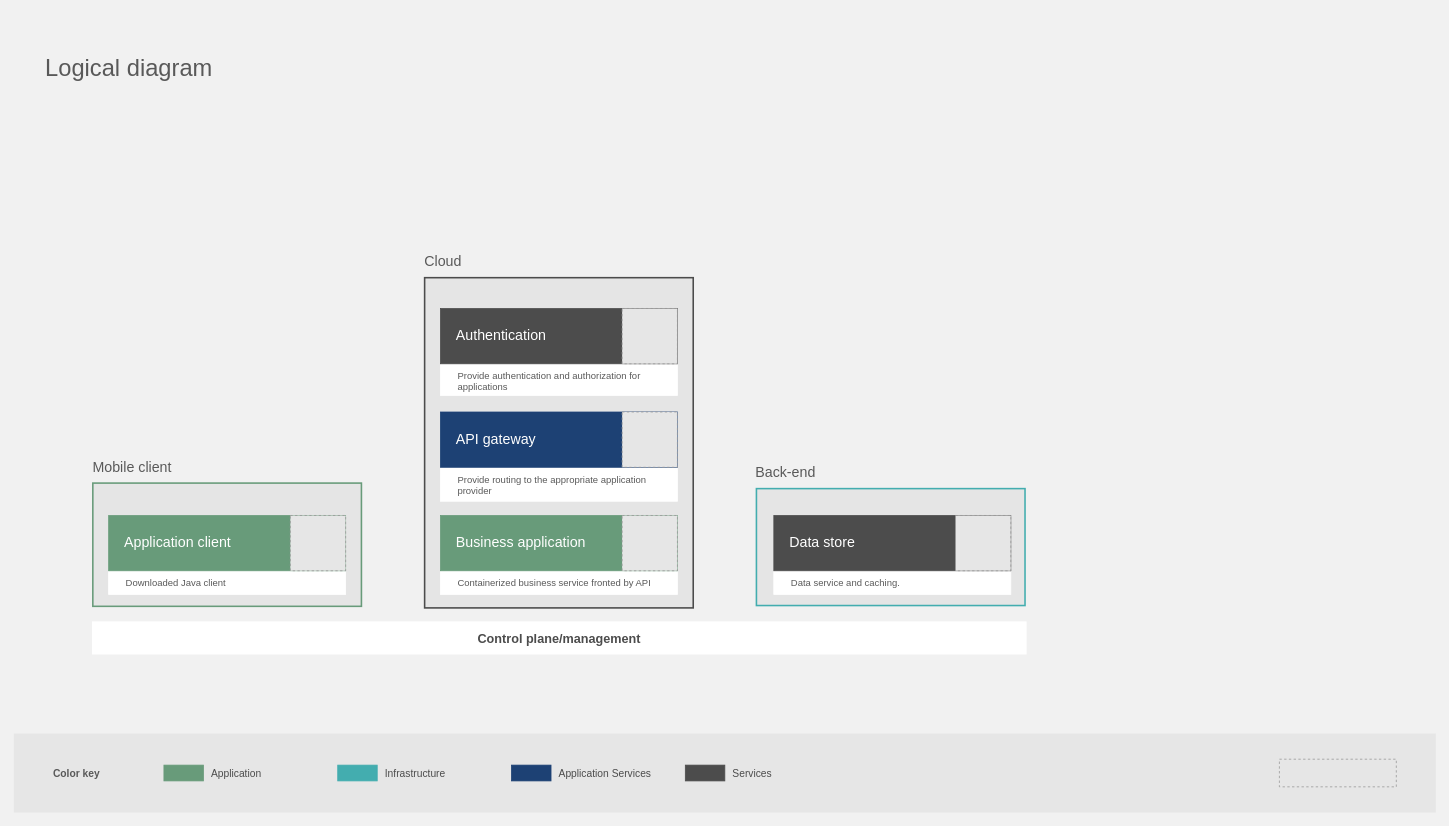
The draw.io diagram page "Starting Canvas" (2 of 2) of diagrams/workshop-logical-diagram.drawio in wangzheng422/portfolio-architecture-examples, before the edit. Source tidied: cells renumbered, new cells numbered last; positions are measured from the earlier drawing's top-left corner, leaving out a move shared by most shapes. Both pictures are drawn from the tidied source at 79%, with x=0, y=0 at pixel (13, 13). Pictures stored in the file or linked from it are replaced by grey dashed boxes.
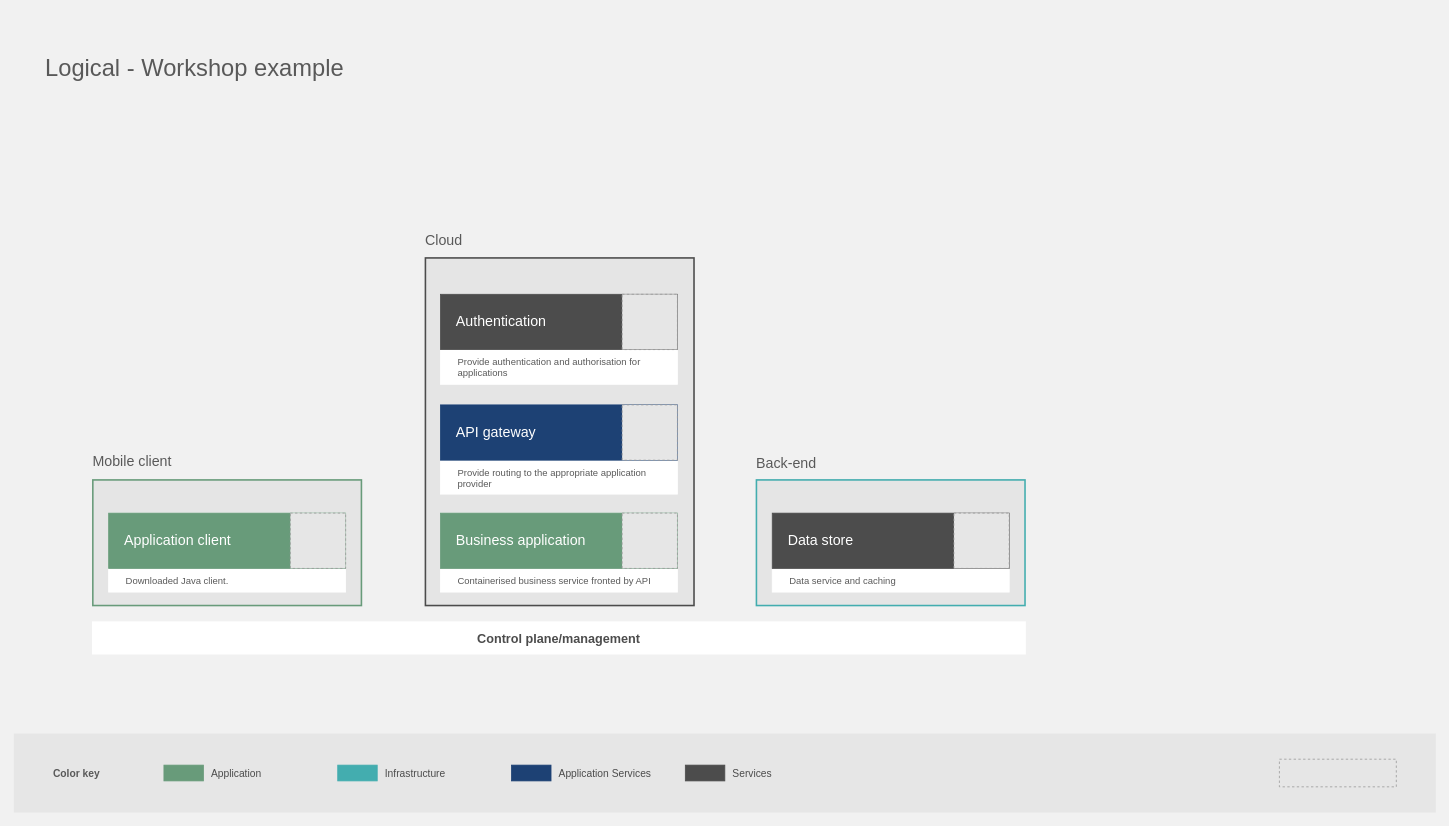
The same diagram, later.

What changed in the source:
```diff
@@
-    <mxCell id="2" style="whiteSpace=wrap;html=1;fillColor=#e5e5e5;fontFamily=Red Hat Text;fontSize=10;fontColor=#4c4c4c;strokeColor=#43adaf;strokeWidth=2;imageAspect=0;" parent="1" vertex="1">
-      <mxGeometry x="940" y="601" width="340" height="148" as="geometry" />
-    </mxCell>
-    <mxCell id="3" style="group;imageAspect=0;" parent="1" vertex="1">
-      <mxGeometry x="962" y="635" width="300" height="100" as="geometry" />
-    </mxCell>
-    <mxCell id="4" value="Data service and caching." style="strokeColor=#FFFFFF;strokeWidth=1;fillColor=#FFFFFF;fontFamily=Red Hat Text;fontSize=12;fontColor=#595959;html=1;align=left;verticalAlign=top;spacingTop=72;spacingLeft=20;spacingRight=20;whiteSpace=wrap;" parent="3" vertex="1">
-      <mxGeometry width="300" height="100" as="geometry" />
-    </mxCell>
-    <mxCell id="5" value="Data store" style="html=1;fillColor=#4c4c4c;fontFamily=Red Hat Text;fontSize=18;fontColor=#FFFFFF;align=left;spacingLeft=20;spacingRight=90;spacing=0;whiteSpace=wrap;strokeColor=#4c4c4c;imageAspect=0;" parent="3" vertex="1">
-      <mxGeometry width="300" height="70" as="geometry" />
-    </mxCell>
-    <mxCell id="6" style="fillColor=#E6E6E6;strokeColor=#999999;dashed=1;fontFamily=Helvetica;fontSize=12;fontColor=#000000;align=center;" parent="3" vertex="1">
-      <mxGeometry x="1" width="70" height="70" relative="1" as="geometry">
-        <mxPoint x="-70" as="offset" />
-      </mxGeometry>
-    </mxCell>
-    <mxCell id="7" style="whiteSpace=wrap;html=1;fillColor=#e5e5e5;fontFamily=Red Hat Text;fontSize=10;fontColor=#4c4c4c;strokeColor=#4c4c4c;strokeWidth=2;imageAspect=0;" parent="1" vertex="1">
-      <mxGeometry x="520" y="334" width="340" height="418" as="geometry" />
-    </mxCell>
-    <mxCell id="8" style="group;imageAspect=0;" parent="1" vertex="1">
-      <mxGeometry x="540" y="373" width="300" height="110" as="geometry" />
-    </mxCell>
-    <mxCell id="9" value="Provide authentication and authorization for applications " style="strokeColor=#FFFFFF;strokeWidth=1;fillColor=#FFFFFF;fontFamily=Red Hat Text;fontSize=12;fontColor=#595959;html=1;align=left;verticalAlign=top;spacingTop=72;spacingLeft=20;spacingRight=20;whiteSpace=wrap;" parent="8" vertex="1">
-      <mxGeometry width="300" height="110" as="geometry" />
-    </mxCell>
-    <mxCell id="10" value="Authentication" style="html=1;fillColor=#4c4c4c;fontFamily=Red Hat Text;fontSize=18;fontColor=#FFFFFF;align=left;spacingLeft=20;spacingRight=90;spacing=0;whiteSpace=wrap;strokeColor=#4c4c4c;imageAspect=0;" parent="8" vertex="1">
-      <mxGeometry width="300" height="70" as="geometry" />
-    </mxCell>
-    <mxCell id="11" style="fillColor=#E6E6E6;strokeColor=#999999;dashed=1;fontFamily=Helvetica;fontSize=12;fontColor=#000000;align=center;" parent="8" vertex="1">
-      <mxGeometry x="1" width="70" height="70" relative="1" as="geometry">
-        <mxPoint x="-70" as="offset" />
-      </mxGeometry>
-    </mxCell>
-    <mxCell id="12" style="group;imageAspect=0;" parent="1" vertex="1">
-      <mxGeometry x="540" y="635" width="300" height="100" as="geometry" />
-    </mxCell>
-    <mxCell id="13" value="Containerized business service fronted by API" style="strokeColor=#FFFFFF;strokeWidth=1;fillColor=#FFFFFF;fontFamily=Red Hat Text;fontSize=12;fontColor=#595959;html=1;align=left;verticalAlign=top;spacingTop=72;spacingLeft=20;spacingRight=20;whiteSpace=wrap;" parent="12" vertex="1">
-      <mxGeometry width="300" height="100" as="geometry" />
-    </mxCell>
-    <mxCell id="14" value="Business application" style="html=1;fillColor=#689b7a;fontFamily=Red Hat Text;fontSize=18;fontColor=#FFFFFF;align=left;spacingLeft=20;spacingRight=90;spacing=0;whiteSpace=wrap;strokeColor=#689b7a;imageAspect=0;" parent="12" vertex="1">
-      <mxGeometry width="300" height="70" as="geometry" />
-    </mxCell>
-    <mxCell id="15" style="fillColor=#E6E6E6;strokeColor=#999999;dashed=1;fontFamily=Helvetica;fontSize=12;fontColor=#000000;align=center;" parent="12" vertex="1">
-      <mxGeometry x="1" width="70" height="70" relative="1" as="geometry">
-        <mxPoint x="-70" as="offset" />
-      </mxGeometry>
-    </mxCell>
-    <mxCell id="16" style="group;imageAspect=0;" parent="1" vertex="1">
-      <mxGeometry x="540" y="504" width="300" height="113" as="geometry" />
-    </mxCell>
-    <mxCell id="17" value="Provide routing to the appropriate application provider" style="strokeColor=#FFFFFF;strokeWidth=1;fillColor=#FFFFFF;fontFamily=Red Hat Text;fontSize=12;fontColor=#595959;html=1;align=left;verticalAlign=top;spacingTop=72;spacingLeft=20;spacingRight=20;whiteSpace=wrap;" parent="16" vertex="1">
-      <mxGeometry width="300" height="113" as="geometry" />
-    </mxCell>
-    <mxCell id="18" value="API gateway" style="html=1;fillColor=#1d4174;fontFamily=Red Hat Text;fontSize=18;fontColor=#FFFFFF;align=left;spacingLeft=20;spacingRight=90;spacing=0;whiteSpace=wrap;strokeColor=#1d4174;imageAspect=0;" parent="16" vertex="1">
-      <mxGeometry width="300" height="70" as="geometry" />
-    </mxCell>
-    <mxCell id="19" style="fillColor=#E6E6E6;strokeColor=#999999;dashed=1;fontFamily=Helvetica;fontSize=12;fontColor=#000000;align=center;" parent="16" vertex="1">
-      <mxGeometry x="1" width="70" height="70" relative="1" as="geometry">
-        <mxPoint x="-70" as="offset" />
-      </mxGeometry>
-    </mxCell>
-    <mxCell id="20" style="whiteSpace=wrap;html=1;fillColor=#e5e5e5;fontFamily=Red Hat Text;fontSize=10;fontColor=#4c4c4c;strokeColor=#689b7a;strokeWidth=2;imageAspect=0;fontStyle=1;" parent="1" vertex="1">
-      <mxGeometry x="100" y="594" width="340" height="156" as="geometry" />
-    </mxCell>
+    <mxCell id="41" style="whiteSpace=wrap;html=1;fillColor=#e5e5e5;fontFamily=Red Hat Text;fontSize=10;fontColor=#4c4c4c;strokeColor=#43adaf;strokeWidth=2;imageAspect=0;" parent="1" vertex="1">
+      <mxGeometry x="940" y="590" width="340" height="159" as="geometry" />
+    </mxCell>
+    <mxCell id="42" style="whiteSpace=wrap;html=1;fillColor=#e5e5e5;fontFamily=Red Hat Text;fontSize=10;fontColor=#4c4c4c;strokeColor=#4c4c4c;strokeWidth=2;imageAspect=0;" parent="1" vertex="1">
+      <mxGeometry x="521" y="309" width="340" height="440" as="geometry" />
+    </mxCell>
+    <mxCell id="43" style="whiteSpace=wrap;html=1;fillColor=#e5e5e5;fontFamily=Red Hat Text;fontSize=10;fontColor=#4c4c4c;strokeColor=#689b7a;strokeWidth=2;imageAspect=0;direction=west;" parent="1" vertex="1">
+      <mxGeometry x="100" y="590" width="340" height="159" as="geometry" />
+    </mxCell>
@@
-    <mxCell id="31" value="Logical diagram" style="text;html=1;align=left;verticalAlign=bottom;fillColor=none;strokeColor=none;rounded=0;fontFamily=Red Hat Text;fontStyle=0;fontSize=30;fontColor=#595959;spacing=0;spacingBottom=-7;imageAspect=0;" parent="1" vertex="1">
+    <mxCell id="31" value="Logical - Workshop example" style="text;html=1;align=left;verticalAlign=bottom;fillColor=none;strokeColor=none;rounded=0;fontFamily=Red Hat Text;fontStyle=0;fontSize=30;fontColor=#595959;spacing=0;spacingBottom=-7;imageAspect=0;" parent="1" vertex="1">
       <mxGeometry x="40" width="880" height="80" as="geometry" />
     </mxCell>
     <mxCell id="32" value="Cloud" style="text;html=1;align=left;verticalAlign=bottom;fillColor=none;strokeColor=none;rounded=0;fontFamily=Red Hat Text;fontStyle=0;fontSize=18;fontColor=#595959;imageAspect=0;spacing=0;spacingBottom=10;" parent="1" vertex="1">
-      <mxGeometry x="520" y="306" width="340" height="30" as="geometry" />
+      <mxGeometry x="521" y="279" width="340" height="30" as="geometry" />
     </mxCell>
     <mxCell id="33" value="Mobile client" style="text;html=1;align=left;verticalAlign=bottom;fillColor=none;strokeColor=none;rounded=0;fontFamily=Red Hat Text;fontStyle=0;fontSize=18;fontColor=#595959;imageAspect=0;spacing=0;spacingBottom=10;" parent="1" vertex="1">
-      <mxGeometry x="100" y="566" width="340" height="30" as="geometry" />
+      <mxGeometry x="100" y="559" width="340" height="30" as="geometry" />
     </mxCell>
     <mxCell id="34" value="Back-end" style="text;html=1;align=left;verticalAlign=bottom;fillColor=none;strokeColor=none;rounded=0;fontFamily=Red Hat Text;fontStyle=0;fontSize=18;fontColor=#595959;imageAspect=0;spacing=0;spacingBottom=10;" parent="1" vertex="1">
-      <mxGeometry x="939" y="573" width="340" height="30" as="geometry" />
+      <mxGeometry x="940" y="561" width="340" height="30" as="geometry" />
     </mxCell>
@@
     <mxCell id="36" value="&lt;font style=&quot;font-size: 16px;&quot;&gt;Control plane/management&lt;/font&gt;" style="rounded=0;shadow=0;fillColor=#ffffff;strokeColor=#ffffff;fillOpacity=100;strokeOpacity=100;html=1;fontColor=#4C4C4C;fontStyle=1;whiteSpace=wrap;align=center;verticalAlign=top;spacingTop=5;spacingLeft=10;spacingRight=10;spacingBottom=10;fontFamily=Red Hat Text;fontSize=16;strokeWidth=2;" parent="1" vertex="1">
-      <mxGeometry x="100" y="770" width="1181" height="40" as="geometry" />
+      <mxGeometry x="100" y="770" width="1180" height="40" as="geometry" />
     </mxCell>
-    <mxCell id="37" style="group;imageAspect=0;" parent="1" vertex="1">
-      <mxGeometry x="120" y="635" width="300" height="100" as="geometry" />
-    </mxCell>
-    <mxCell id="38" value="Downloaded Java client" style="strokeColor=#FFFFFF;strokeWidth=1;fillColor=#FFFFFF;fontFamily=Red Hat Text;fontSize=12;fontColor=#595959;html=1;align=left;verticalAlign=top;spacingTop=72;spacingLeft=20;spacingRight=20;whiteSpace=wrap;" parent="37" vertex="1">
-      <mxGeometry width="300" height="100" as="geometry" />
-    </mxCell>
+    <mxCell id="44" style="group;imageAspect=0;" parent="1" vertex="1">
+      <mxGeometry x="120" y="632" width="300" height="100" as="geometry" />
+    </mxCell>
+    <mxCell id="45" value="Downloaded Java client." style="strokeColor=#FFFFFF;strokeWidth=1;fillColor=#FFFFFF;fontFamily=Red Hat Text;fontSize=12;fontColor=#595959;html=1;align=left;verticalAlign=top;spacingTop=72;spacingLeft=20;spacingRight=20;whiteSpace=wrap;" parent="44" vertex="1">
+      <mxGeometry width="300" height="100" as="geometry" />
+    </mxCell>
-    <mxCell id="39" value="Application client" style="html=1;fillColor=#689b7a;fontFamily=Red Hat Text;fontSize=18;fontColor=#FFFFFF;align=left;spacingLeft=20;spacingRight=90;spacing=0;whiteSpace=wrap;strokeColor=#689b7a;imageAspect=0;" parent="37" vertex="1">
+    <mxCell id="39" value="Application client" style="html=1;fillColor=#689b7a;fontFamily=Red Hat Text;fontSize=18;fontColor=#FFFFFF;align=left;spacingLeft=20;spacingRight=90;spacing=0;whiteSpace=wrap;strokeColor=#689b7a;imageAspect=0;" parent="44" vertex="1">
       <mxGeometry width="300" height="70" as="geometry" />
     </mxCell>
-    <mxCell id="40" style="fillColor=#E6E6E6;strokeColor=#999999;dashed=1;fontFamily=Helvetica;fontSize=12;fontColor=#000000;align=center;" parent="37" vertex="1">
-      <mxGeometry x="1" width="70" height="70" relative="1" as="geometry">
-        <mxPoint x="-70" as="offset" />
-      </mxGeometry>
-    </mxCell>
+    <mxCell id="46" style="fillColor=#E6E6E6;strokeColor=#999999;dashed=1;fontFamily=Helvetica;fontSize=12;fontColor=#000000;align=center;" parent="44" vertex="1">
+      <mxGeometry x="1" width="70" height="70" relative="1" as="geometry">
+        <mxPoint x="-70" as="offset" />
+      </mxGeometry>
+    </mxCell>
+    <mxCell id="47" style="group;imageAspect=0;" parent="1" vertex="1">
+      <mxGeometry x="540" y="355" width="300" height="114" as="geometry" />
+    </mxCell>
+    <mxCell id="48" value="Provide authentication and authorisation for applications" style="strokeColor=#FFFFFF;strokeWidth=1;fillColor=#FFFFFF;fontFamily=Red Hat Text;fontSize=12;fontColor=#595959;html=1;align=left;verticalAlign=top;spacingTop=72;spacingLeft=20;spacingRight=20;whiteSpace=wrap;" parent="47" vertex="1">
+      <mxGeometry width="300" height="114" as="geometry" />
+    </mxCell>
+    <mxCell id="10" value="Authentication" style="html=1;fillColor=#4c4c4c;fontFamily=Red Hat Text;fontSize=18;fontColor=#FFFFFF;align=left;spacingLeft=20;spacingRight=90;spacing=0;whiteSpace=wrap;strokeColor=#4c4c4c;imageAspect=0;" parent="47" vertex="1">
+      <mxGeometry width="300" height="70" as="geometry" />
+    </mxCell>
+    <mxCell id="49" style="fillColor=#E6E6E6;strokeColor=#999999;dashed=1;fontFamily=Helvetica;fontSize=12;fontColor=#000000;align=center;" parent="47" vertex="1">
+      <mxGeometry x="1" width="70" height="70" relative="1" as="geometry">
+        <mxPoint x="-70" as="offset" />
+      </mxGeometry>
+    </mxCell>
+    <mxCell id="50" style="group;imageAspect=0;" parent="1" vertex="1">
+      <mxGeometry x="540" y="495" width="300" height="113" as="geometry" />
+    </mxCell>
+    <mxCell id="17" value="Provide routing to the appropriate application provider" style="strokeColor=#FFFFFF;strokeWidth=1;fillColor=#FFFFFF;fontFamily=Red Hat Text;fontSize=12;fontColor=#595959;html=1;align=left;verticalAlign=top;spacingTop=72;spacingLeft=20;spacingRight=20;whiteSpace=wrap;" parent="50" vertex="1">
+      <mxGeometry width="300" height="113" as="geometry" />
+    </mxCell>
+    <mxCell id="18" value="API gateway" style="html=1;fillColor=#1d4174;fontFamily=Red Hat Text;fontSize=18;fontColor=#FFFFFF;align=left;spacingLeft=20;spacingRight=90;spacing=0;whiteSpace=wrap;strokeColor=#1d4174;imageAspect=0;" parent="50" vertex="1">
+      <mxGeometry width="300" height="70" as="geometry" />
+    </mxCell>
+    <mxCell id="51" style="fillColor=#E6E6E6;strokeColor=#999999;dashed=1;fontFamily=Helvetica;fontSize=12;fontColor=#000000;align=center;" parent="50" vertex="1">
+      <mxGeometry x="1" width="70" height="70" relative="1" as="geometry">
+        <mxPoint x="-70" as="offset" />
+      </mxGeometry>
+    </mxCell>
+    <mxCell id="52" style="group;imageAspect=0;" parent="1" vertex="1">
+      <mxGeometry x="540" y="632" width="300" height="100" as="geometry" />
+    </mxCell>
+    <mxCell id="53" value="Containerised business service fronted by API" style="strokeColor=#FFFFFF;strokeWidth=1;fillColor=#FFFFFF;fontFamily=Red Hat Text;fontSize=12;fontColor=#595959;html=1;align=left;verticalAlign=top;spacingTop=72;spacingLeft=20;spacingRight=20;whiteSpace=wrap;" parent="52" vertex="1">
+      <mxGeometry width="300" height="100" as="geometry" />
+    </mxCell>
+    <mxCell id="14" value="Business application" style="html=1;fillColor=#689b7a;fontFamily=Red Hat Text;fontSize=18;fontColor=#FFFFFF;align=left;spacingLeft=20;spacingRight=90;spacing=0;whiteSpace=wrap;strokeColor=#689b7a;imageAspect=0;" parent="52" vertex="1">
+      <mxGeometry width="300" height="70" as="geometry" />
+    </mxCell>
+    <mxCell id="54" style="fillColor=#E6E6E6;strokeColor=#999999;dashed=1;fontFamily=Helvetica;fontSize=12;fontColor=#000000;align=center;" parent="52" vertex="1">
+      <mxGeometry x="1" width="70" height="70" relative="1" as="geometry">
+        <mxPoint x="-70" as="offset" />
+      </mxGeometry>
+    </mxCell>
+    <mxCell id="55" style="group;imageAspect=0;" parent="1" vertex="1">
+      <mxGeometry x="960" y="632" width="300" height="100" as="geometry" />
+    </mxCell>
+    <mxCell id="56" value="Data service and caching" style="strokeColor=#FFFFFF;strokeWidth=1;fillColor=#FFFFFF;fontFamily=Red Hat Text;fontSize=12;fontColor=#595959;html=1;align=left;verticalAlign=top;spacingTop=72;spacingLeft=20;spacingRight=20;whiteSpace=wrap;" parent="55" vertex="1">
+      <mxGeometry width="300" height="100" as="geometry" />
+    </mxCell>
+    <mxCell id="5" value="Data store" style="html=1;fillColor=#4c4c4c;fontFamily=Red Hat Text;fontSize=18;fontColor=#FFFFFF;align=left;spacingLeft=20;spacingRight=90;spacing=0;whiteSpace=wrap;strokeColor=#4c4c4c;imageAspect=0;" parent="55" vertex="1">
+      <mxGeometry width="300" height="70" as="geometry" />
+    </mxCell>
+    <mxCell id="57" style="fillColor=#E6E6E6;strokeColor=#999999;dashed=1;fontFamily=Helvetica;fontSize=12;fontColor=#000000;align=center;" parent="55" vertex="1">
+      <mxGeometry x="1" width="70" height="70" relative="1" as="geometry">
+        <mxPoint x="-70" as="offset" />
+      </mxGeometry>
+    </mxCell>
```
